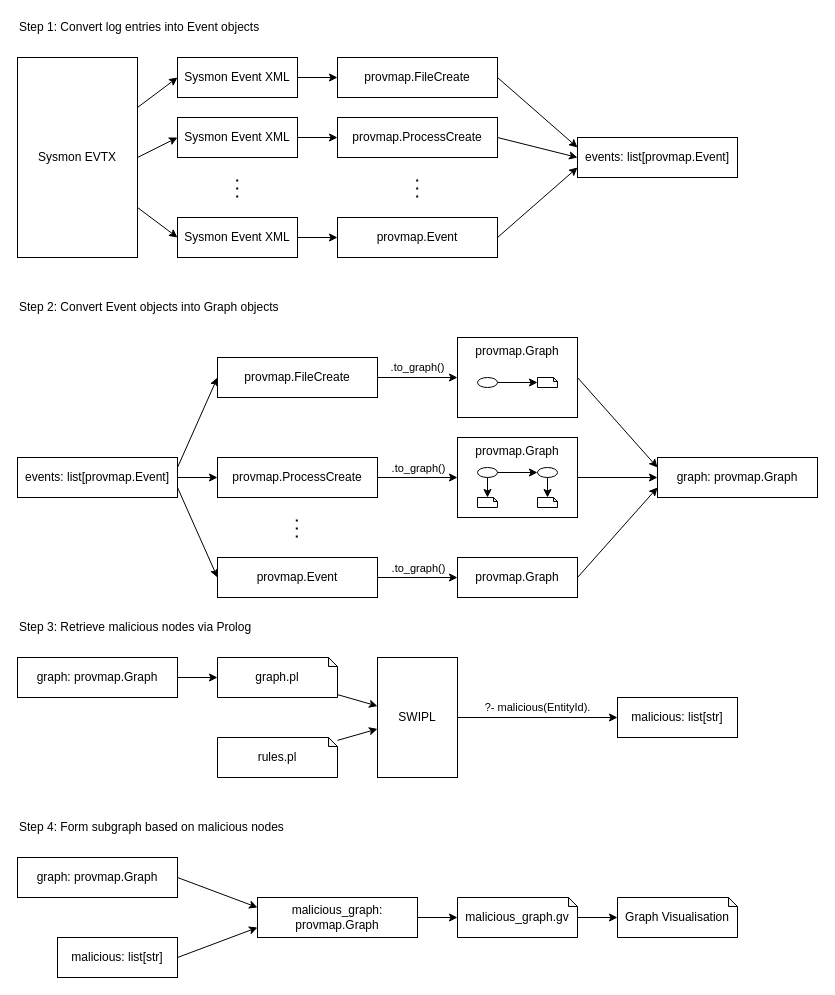
Egg-Fish/provmap keeps this draw.io diagram as docs/flow.drawio. Above is the earlier version. Source tidied: cells renumbered, new cells numbered last; positions are measured from the earlier drawing's top-left corner, leaving out a move shared by most shapes. Both pictures are drawn from the tidied source at 100%, with x=0, y=0 at pixel (17, 17).
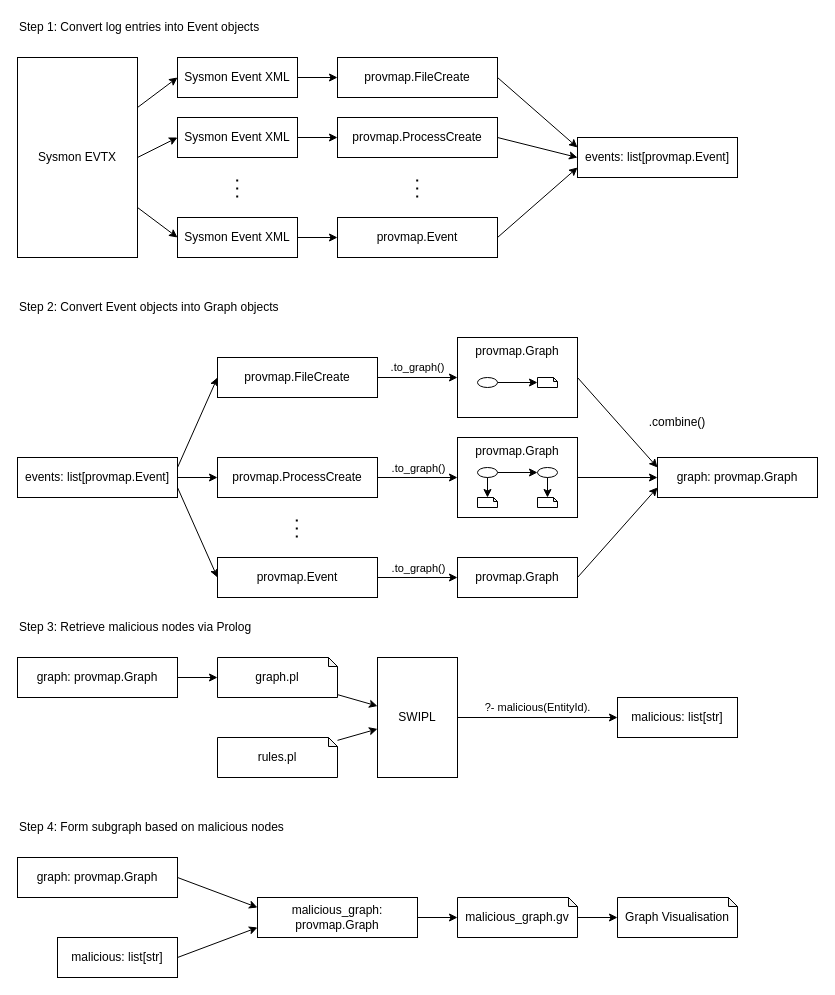
Above is the later version.

Change to the diagram source:
```diff
@@
+    <mxCell id="73" value=".combine(&lt;span style=&quot;background-color: initial;&quot;&gt;)&lt;/span&gt;" style="text;html=1;align=center;verticalAlign=middle;whiteSpace=wrap;rounded=0;" parent="1" vertex="1">
+      <mxGeometry x="580" y="390" width="160" height="30" as="geometry" />
+    </mxCell>
```
